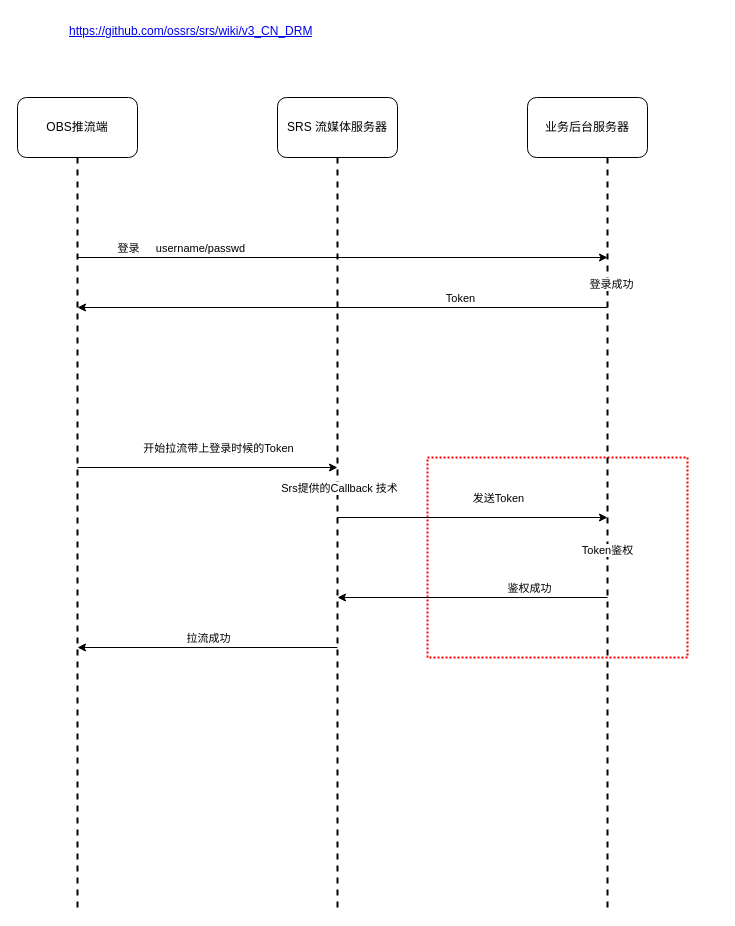
The draw.io diagram 未命名绘图.drawio in huangjingpei/adapter, before the edit. Source tidied: cells renumbered, new cells numbered last; positions are measured from the earlier drawing's top-left corner, leaving out a move shared by most shapes. Both pictures are drawn from the tidied source at 100%, with x=0, y=0 at pixel (17, 17).
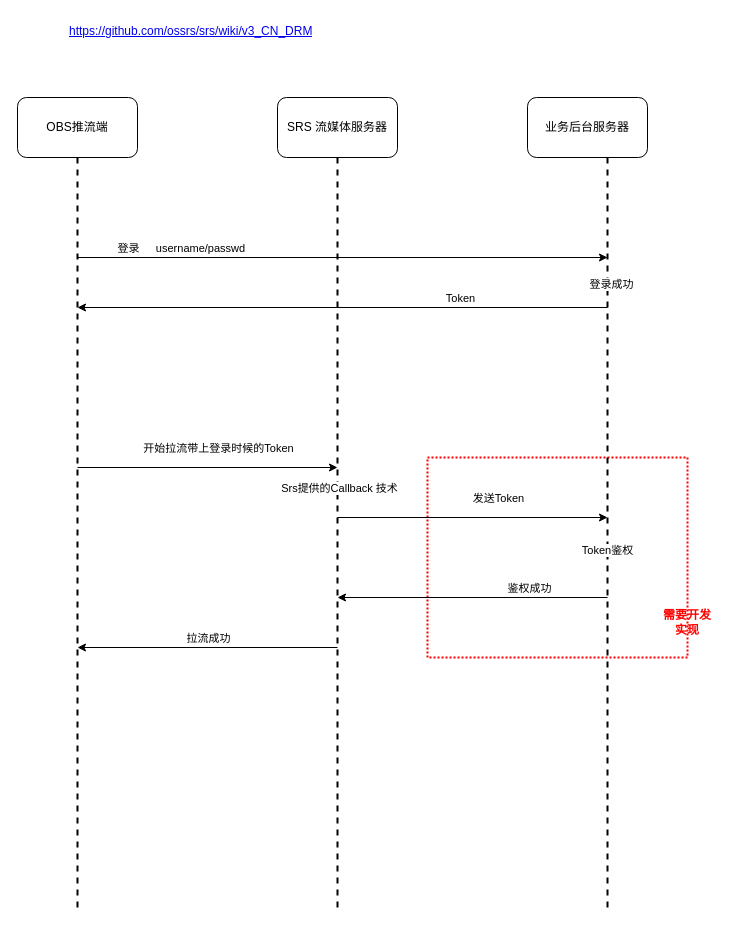
The same diagram, later.

Commit message:
更新未命名绘图.drawio

The edit, as a diff of the source:
```diff
@@
+    <mxCell id="26" value="&lt;b&gt;&lt;font color=&quot;#ff0000&quot;&gt;需要开发实现&lt;/font&gt;&lt;/b&gt;" style="text;html=1;align=center;verticalAlign=middle;whiteSpace=wrap;rounded=0;" parent="1" vertex="1">
+      <mxGeometry x="640" y="590" width="60" height="30" as="geometry" />
+    </mxCell>
```
